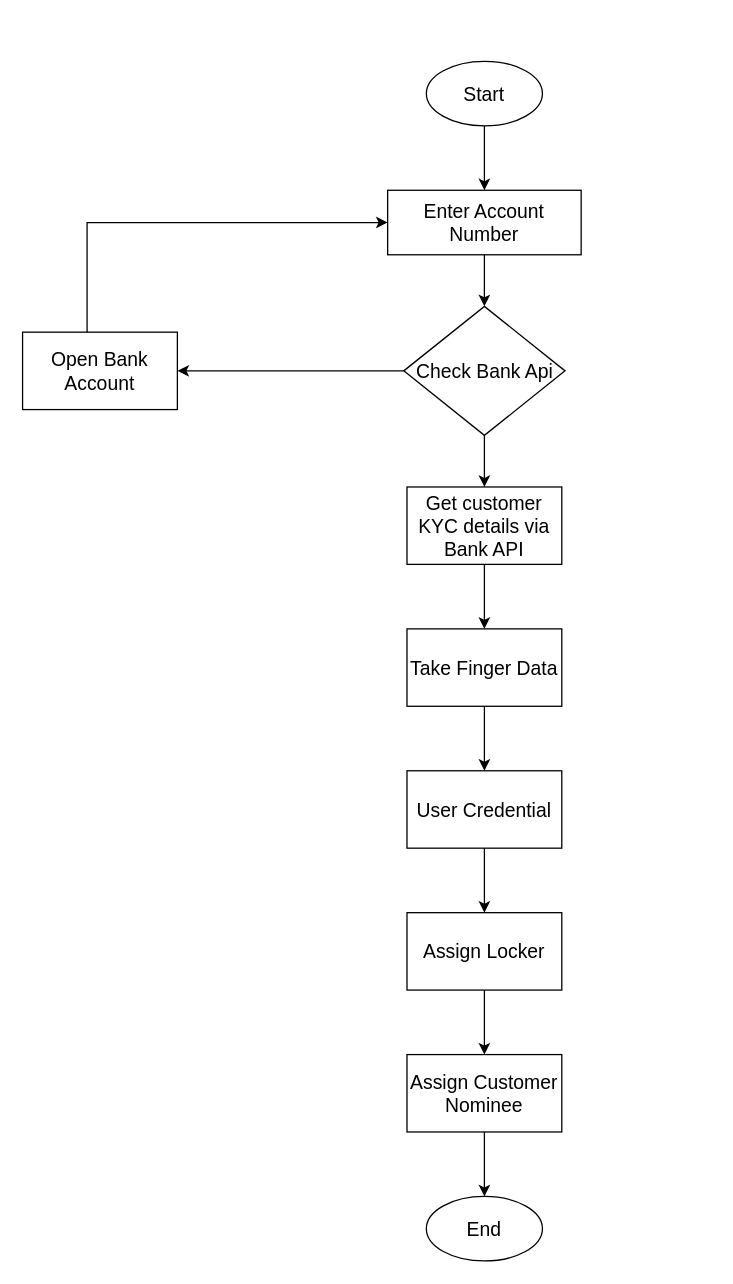
The draw.io diagram FLowChart/Untitled Diagram.drawio in ApilLamsal/My-Work-For-Draw.io, before the edit. Source tidied: cells renumbered, new cells numbered last; positions are measured from the earlier drawing's top-left corner, leaving out a move shared by most shapes. Both pictures are drawn from the tidied source at 129%, with x=0, y=0 at pixel (22, 61).
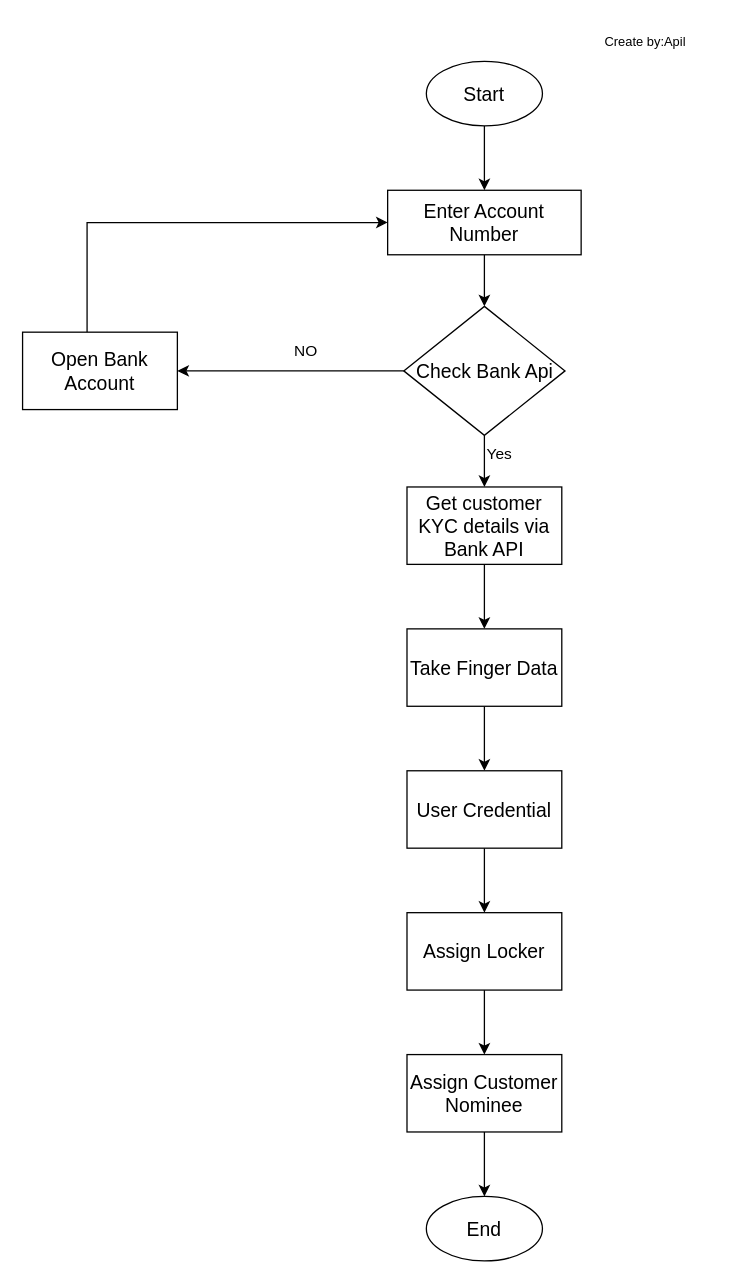
After the change.

What changed in the source:
```diff
@@
+    <mxCell id="22" value="NO" style="text;html=1;strokeColor=none;fillColor=none;align=center;verticalAlign=middle;whiteSpace=wrap;rounded=0;" parent="1" vertex="1">
+      <mxGeometry x="190" y="210" width="60" height="30" as="geometry" />
+    </mxCell>
+    <mxCell id="23" value="Yes" style="text;html=1;strokeColor=none;fillColor=none;align=center;verticalAlign=middle;whiteSpace=wrap;rounded=0;" parent="1" vertex="1">
+      <mxGeometry x="340" y="290" width="60" height="30" as="geometry" />
+    </mxCell>
+    <mxCell id="24" value="&lt;font style=&quot;font-size: 10px;&quot;&gt;Create by:Apil&lt;/font&gt;" style="text;html=1;strokeColor=none;fillColor=none;align=center;verticalAlign=middle;whiteSpace=wrap;rounded=0;fontSize=10;" parent="1" vertex="1">
+      <mxGeometry x="433" y="-30" width="100" height="30" as="geometry" />
+    </mxCell>
```
